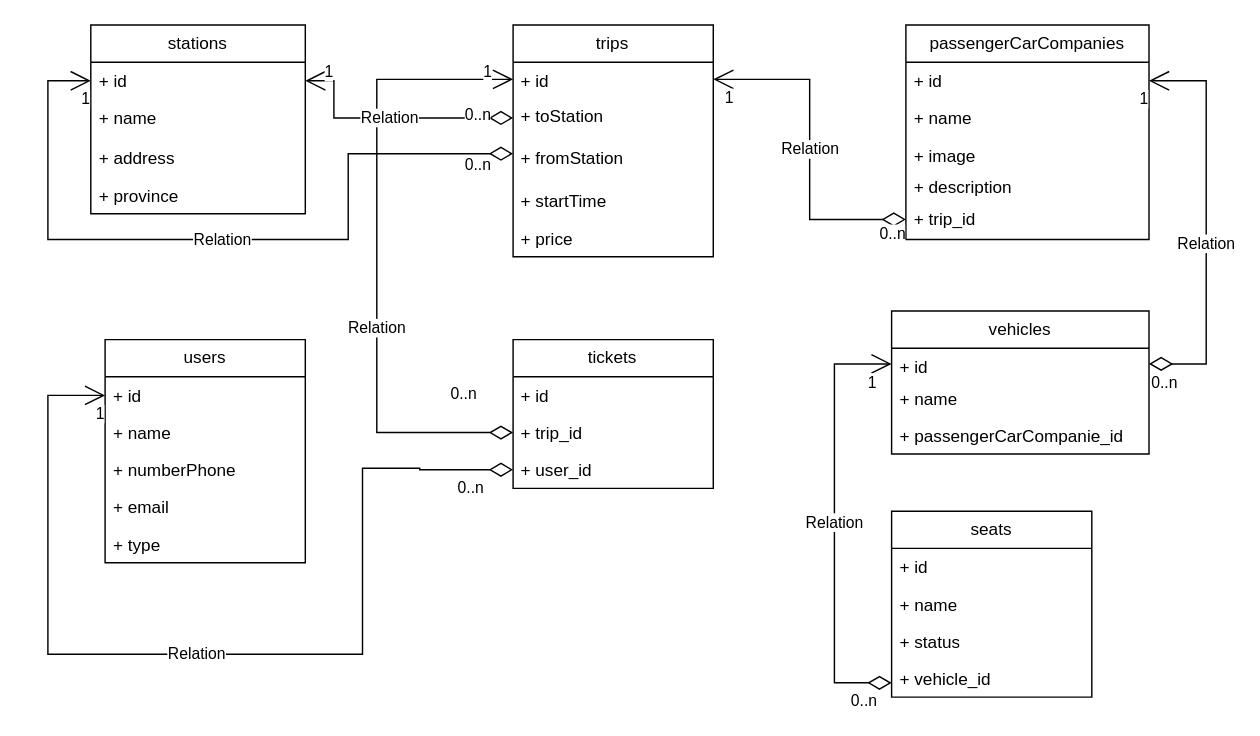
Earlier version of the draw.io diagram vexere/vexere_db.drawio (vamnguyen/Backend-NodeJS-Cyber). Source tidied: cells renumbered, new cells numbered last; positions are measured from the earlier drawing's top-left corner, leaving out a move shared by most shapes. Both pictures are drawn from the tidied source at 143%, with x=0, y=0 at pixel (47, 24).
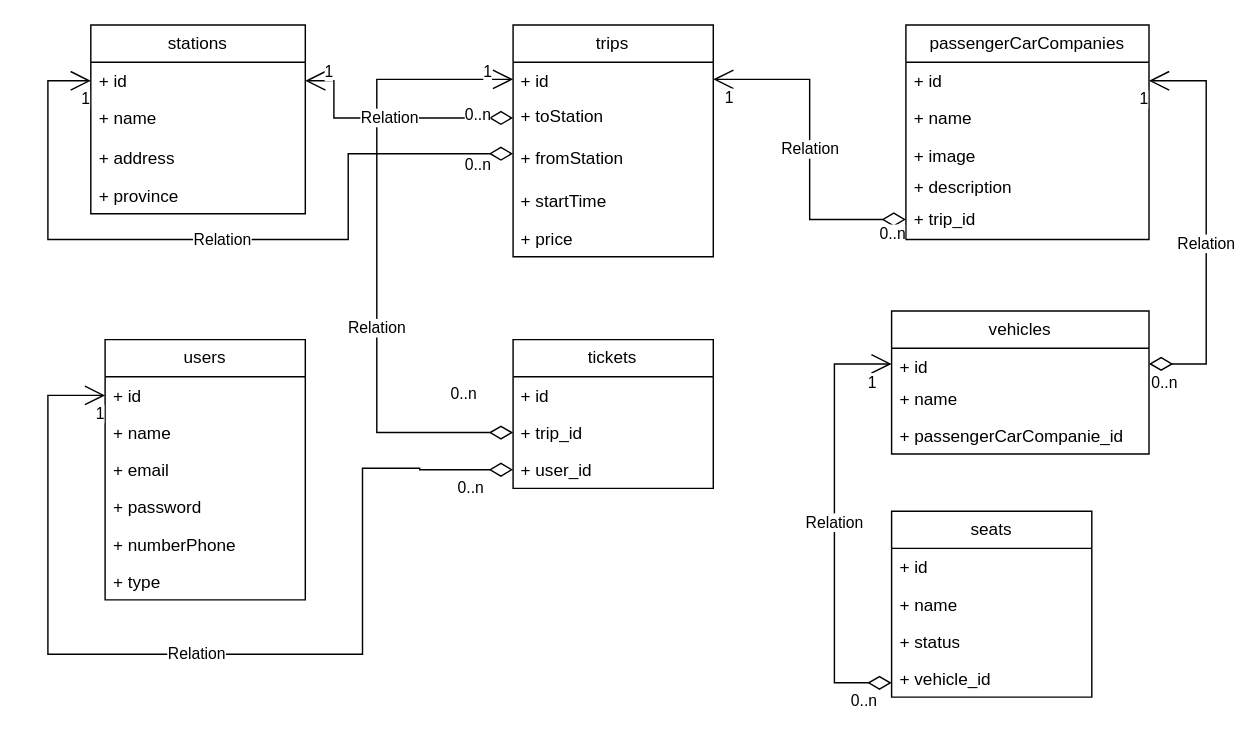
After the change.

Change to the diagram source:
```diff
@@
     <mxCell id="28" value="users" style="swimlane;fontStyle=0;horizontal=1;startSize=26;fillColor=none;whiteSpace=wrap;html=1;" parent="1" vertex="1">
-      <mxGeometry x="40" y="220" width="140" height="156" as="geometry" />
+      <mxGeometry x="40" y="220" width="140" height="182" as="geometry" />
     </mxCell>
@@
+    <mxCell id="32" value="+ email" style="text;strokeColor=none;fillColor=none;align=left;verticalAlign=top;spacingLeft=4;spacingRight=4;overflow=hidden;whiteSpace=wrap;html=1;" parent="28" vertex="1">
+      <mxGeometry y="78" width="140" height="26" as="geometry" />
+    </mxCell>
+    <mxCell id="59" value="+ password" style="text;strokeColor=none;fillColor=none;align=left;verticalAlign=top;spacingLeft=4;spacingRight=4;overflow=hidden;whiteSpace=wrap;html=1;" parent="28" vertex="1">
+      <mxGeometry y="104" width="140" height="26" as="geometry" />
+    </mxCell>
     <mxCell id="31" value="+ numberPhone" style="text;strokeColor=none;fillColor=none;align=left;verticalAlign=top;spacingLeft=4;spacingRight=4;overflow=hidden;whiteSpace=wrap;html=1;" parent="28" vertex="1">
-      <mxGeometry y="78" width="140" height="26" as="geometry" />
+      <mxGeometry y="130" width="140" height="26" as="geometry" />
     </mxCell>
-    <mxCell id="32" value="+ email" style="text;strokeColor=none;fillColor=none;align=left;verticalAlign=top;spacingLeft=4;spacingRight=4;overflow=hidden;whiteSpace=wrap;html=1;" parent="28" vertex="1">
-      <mxGeometry y="104" width="140" height="26" as="geometry" />
-    </mxCell>
     <mxCell id="33" value="+ type" style="text;strokeColor=none;fillColor=none;align=left;verticalAlign=top;spacingLeft=4;spacingRight=4;overflow=hidden;whiteSpace=wrap;html=1;" parent="28" vertex="1">
-      <mxGeometry y="130" width="140" height="26" as="geometry" />
+      <mxGeometry y="156" width="140" height="26" as="geometry" />
     </mxCell>
```
